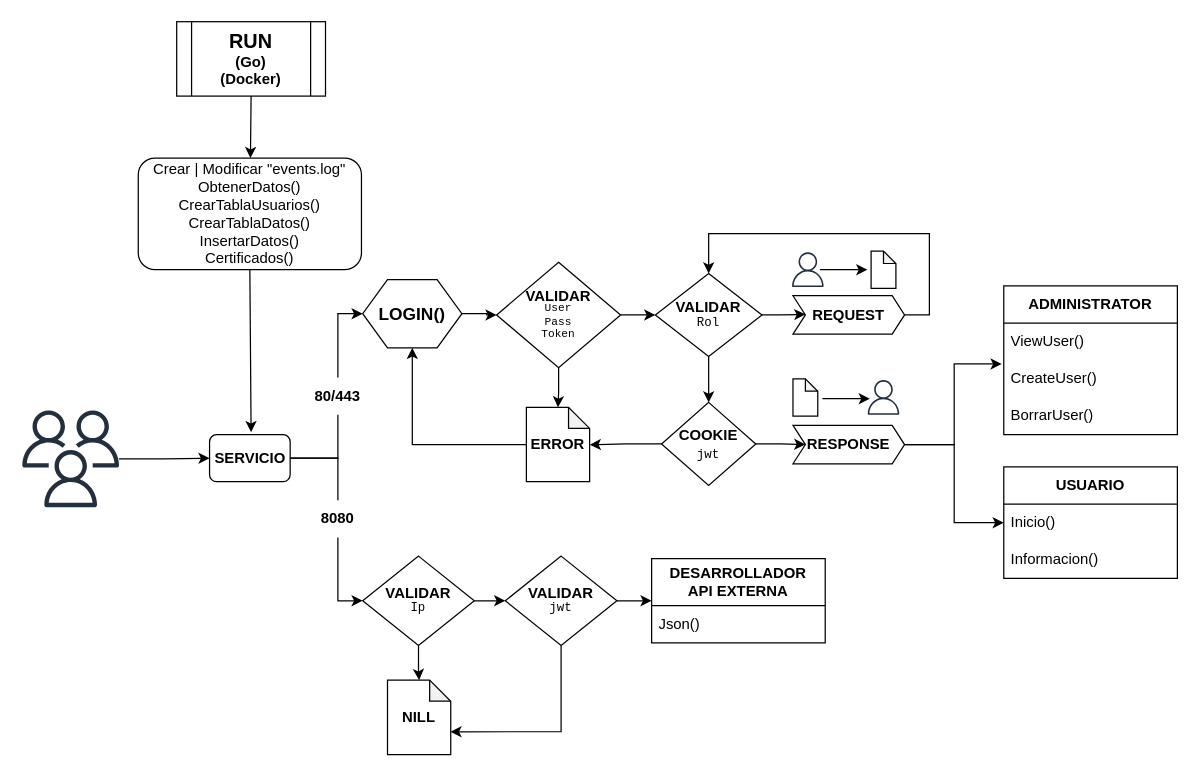
This is png/UML.drawio from JossephRojasSantos/Challenge, a draw.io file, before an edit. Source tidied: cells renumbered, new cells numbered last; positions are measured from the earlier drawing's top-left corner, leaving out a move shared by most shapes. Both pictures are drawn from the tidied source at 124%, with x=0, y=0 at pixel (21, 21).
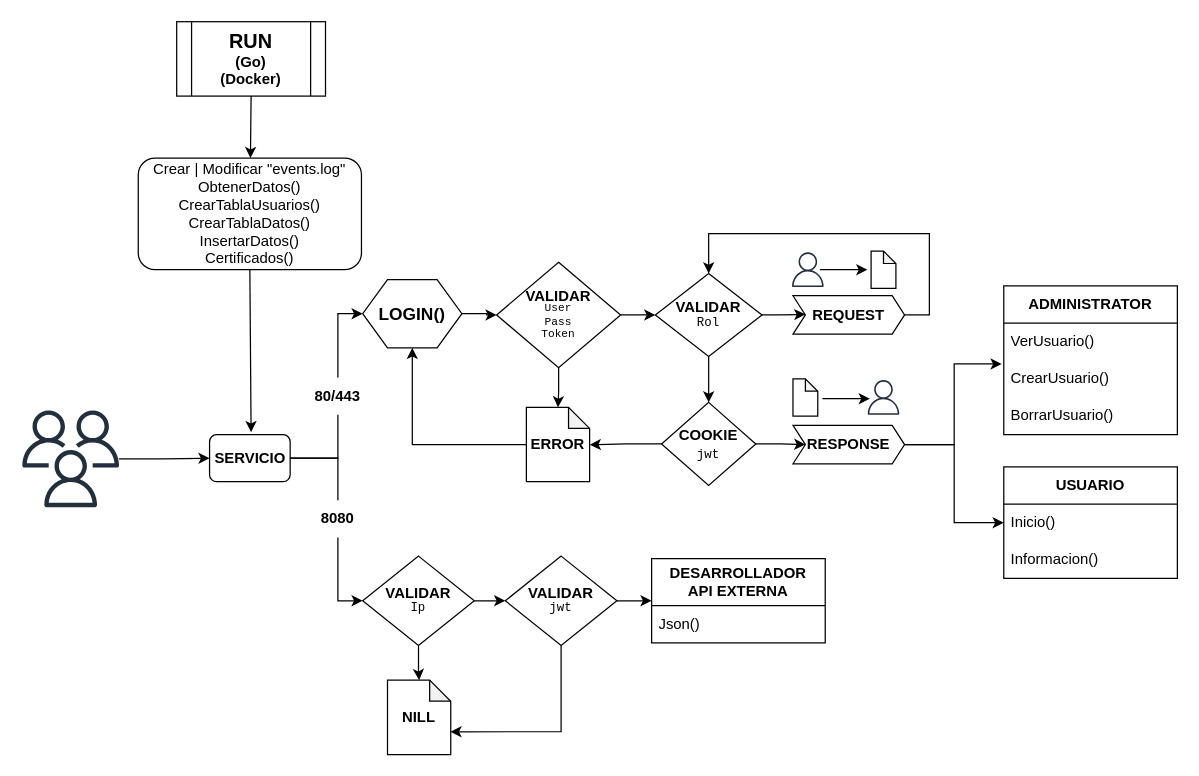
After the change.

The change refers to these unchanged cells:
```xml
<mxCell id="32" value="&lt;b&gt;ADMINISTRATOR&lt;/b&gt;" style="swimlane;fontStyle=0;horizontal=1;startSize=30;whiteSpace=wrap;html=1;" parent="1" vertex="1">
  <mxGeometry x="792" y="213" width="140" height="120" as="geometry" />
</mxCell>
```

Change to the diagram source:
```diff
@@
-    <mxCell id="33" value="ViewUser()" style="text;strokeColor=none;fillColor=none;align=left;verticalAlign=middle;spacingLeft=4;spacingRight=4;overflow=hidden;whiteSpace=wrap;html=1;" parent="32" vertex="1">
+    <mxCell id="33" value="VerUsuario()" style="text;strokeColor=none;fillColor=none;align=left;verticalAlign=middle;spacingLeft=4;spacingRight=4;overflow=hidden;whiteSpace=wrap;html=1;" parent="32" vertex="1">
       <mxGeometry y="30" width="140" height="30" as="geometry" />
     </mxCell>
-    <mxCell id="34" value="CreateUser()" style="text;strokeColor=none;fillColor=none;align=left;verticalAlign=middle;spacingLeft=4;spacingRight=4;overflow=hidden;points=[[0,0.5],[1,0.5]];portConstraint=eastwest;whiteSpace=wrap;html=1;" parent="32" vertex="1">
+    <mxCell id="34" value="CrearUsuario()" style="text;strokeColor=none;fillColor=none;align=left;verticalAlign=middle;spacingLeft=4;spacingRight=4;overflow=hidden;points=[[0,0.5],[1,0.5]];portConstraint=eastwest;whiteSpace=wrap;html=1;" parent="32" vertex="1">
       <mxGeometry y="60" width="140" height="30" as="geometry" />
     </mxCell>
-    <mxCell id="35" value="BorrarUser()" style="text;strokeColor=none;fillColor=none;align=left;verticalAlign=middle;spacingLeft=4;spacingRight=4;overflow=hidden;whiteSpace=wrap;html=1;" parent="32" vertex="1">
+    <mxCell id="35" value="BorrarUsuario()" style="text;strokeColor=none;fillColor=none;align=left;verticalAlign=middle;spacingLeft=4;spacingRight=4;overflow=hidden;whiteSpace=wrap;html=1;" parent="32" vertex="1">
       <mxGeometry y="90" width="140" height="30" as="geometry" />
     </mxCell>
```
